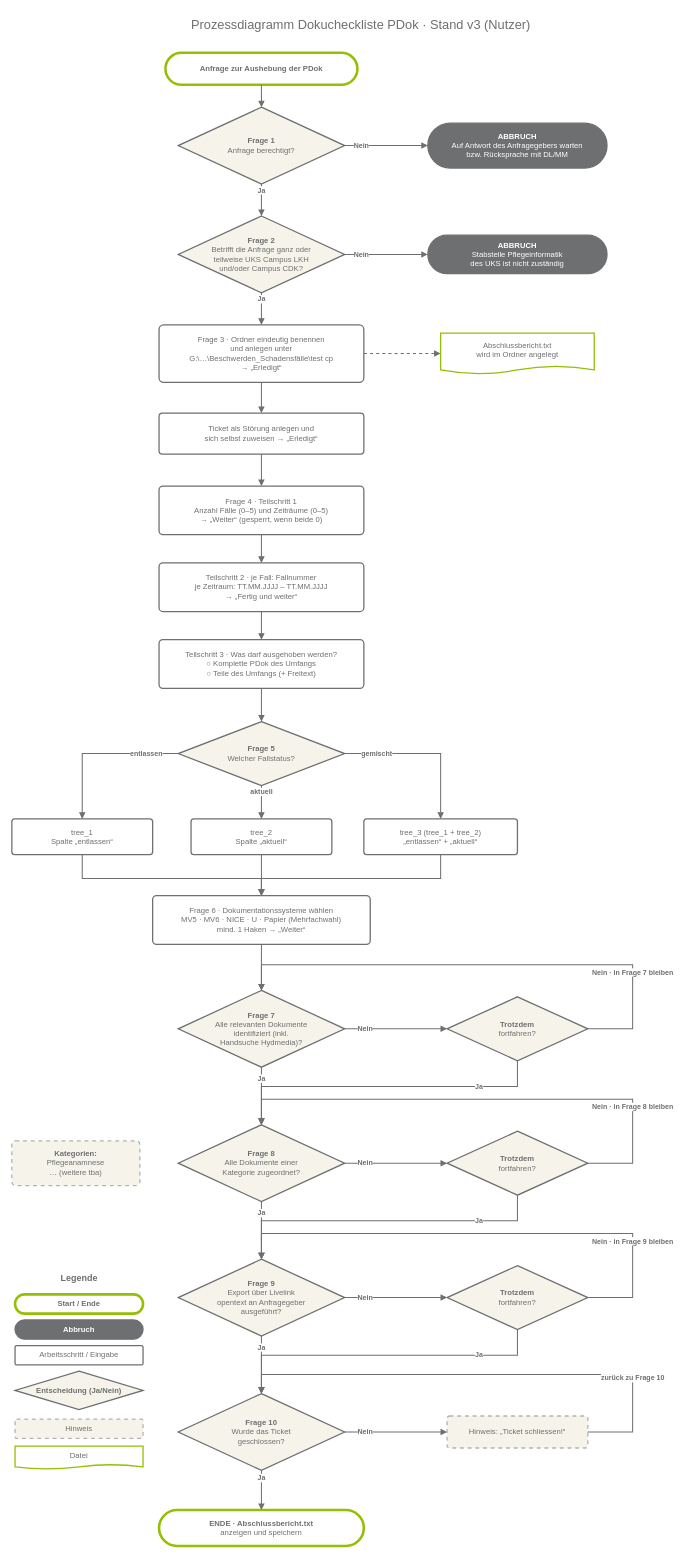
Praktikant-Luciano/testkeller keeps this draw.io diagram as docs/entscheidungsbaum/entscheidungsbaum.drawio. Above is the earlier version. Source tidied: cells renumbered, new cells numbered last; positions are measured from the earlier drawing's top-left corner, leaving out a move shared by most shapes. Both pictures are drawn from the tidied source at 64%, with x=0, y=0 at pixel (12, 11).
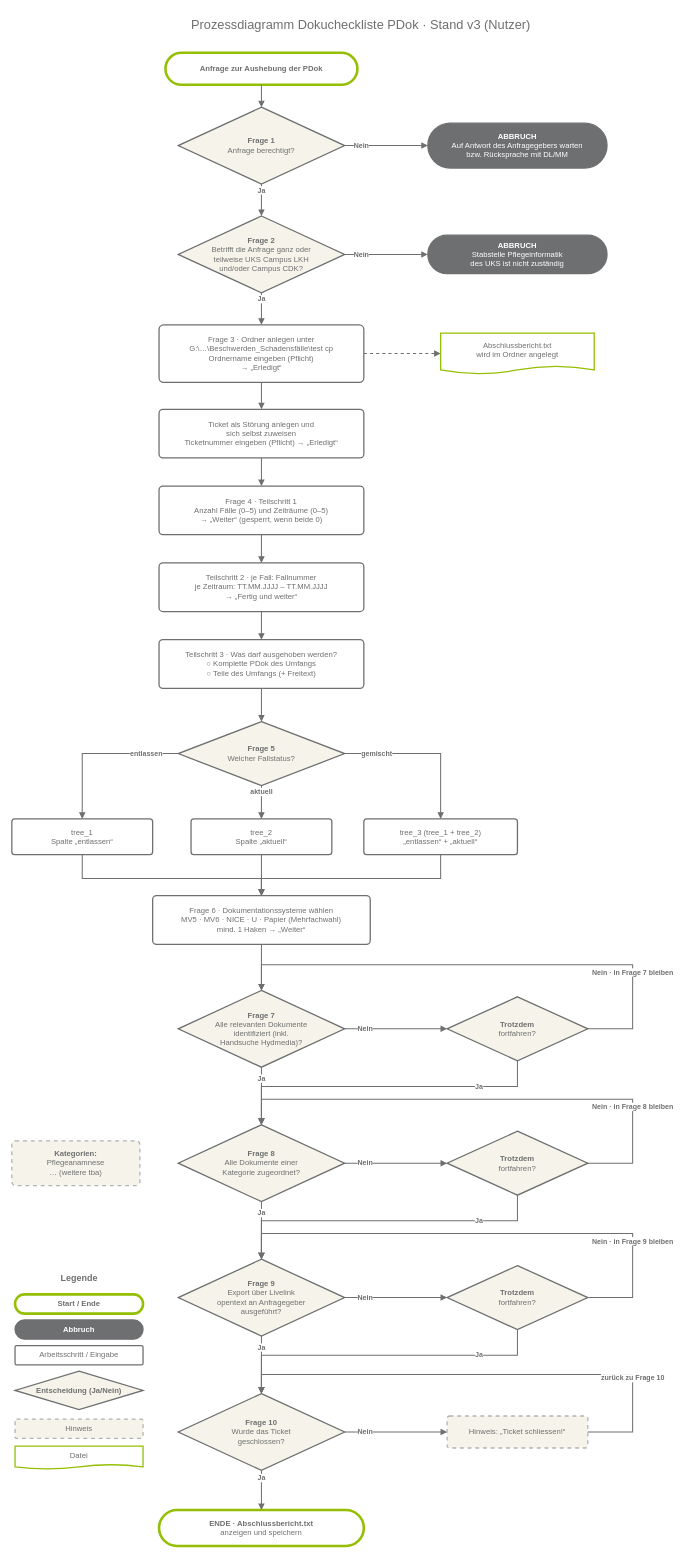
The same page after the edit.

The edit, as a diff of the source:
```diff
@@
-    <mxCell id="8" value="Frage 3 · Ordner eindeutig benennen&lt;br&gt;und anlegen unter&lt;br&gt;G:\…\Beschwerden_Schadensfälle\test cp&lt;br&gt;→ „Erledigt“" style="rounded=1;arcSize=8;whiteSpace=wrap;html=1;fontFamily=Arial;fontSize=12;fontColor=#6E6F70;fillColor=#FFFFFF;strokeColor=#6E6F70;strokeWidth=2;" parent="1" vertex="1">
+    <mxCell id="8" value="Frage 3 · Ordner anlegen unter&lt;br&gt;G:\…\Beschwerden_Schadensfälle\test cp&lt;br&gt;Ordnername eingeben (Pflicht)&lt;br&gt;→ „Erledigt“" style="rounded=1;arcSize=8;whiteSpace=wrap;html=1;fontFamily=Arial;fontSize=12;fontColor=#6E6F70;fillColor=#FFFFFF;strokeColor=#6E6F70;strokeWidth=2;" parent="1" vertex="1">
       <mxGeometry x="230" y="490" width="320" height="90" as="geometry" />
     </mxCell>
@@
-    <mxCell id="10" value="Ticket als Störung anlegen und&lt;br&gt;sich selbst zuweisen → „Erledigt“" style="rounded=1;arcSize=8;whiteSpace=wrap;html=1;fontFamily=Arial;fontSize=12;fontColor=#6E6F70;fillColor=#FFFFFF;strokeColor=#6E6F70;strokeWidth=2;" parent="1" vertex="1">
-      <mxGeometry x="230" y="628" width="320" height="64" as="geometry" />
+    <mxCell id="10" value="Ticket als Störung anlegen und&lt;br&gt;sich selbst zuweisen&lt;br&gt;Ticketnummer eingeben (Pflicht) → „Erledigt“" style="rounded=1;arcSize=8;whiteSpace=wrap;html=1;fontFamily=Arial;fontSize=12;fontColor=#6E6F70;fillColor=#FFFFFF;strokeColor=#6E6F70;strokeWidth=2;" parent="1" vertex="1">
+      <mxGeometry x="230" y="622" width="320" height="76" as="geometry" />
     </mxCell>
```
